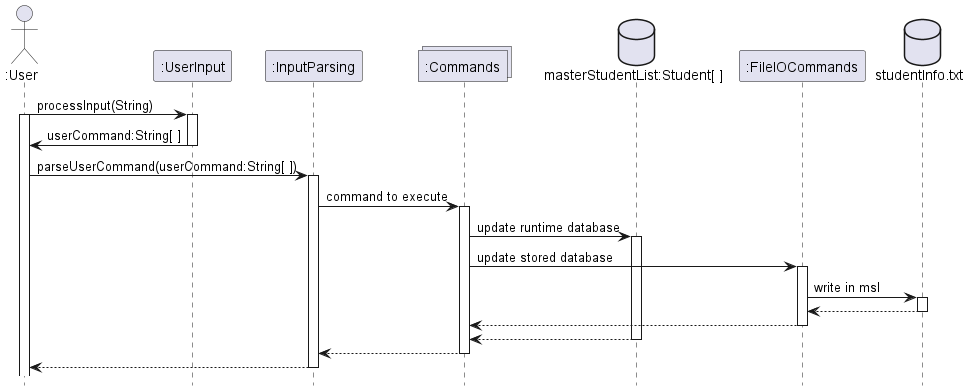
Above: docs/diagrams/src/InputParsing/InputParsingSequenceDiagram.png in blackmirag3/Classify (PlantUML), before the change.
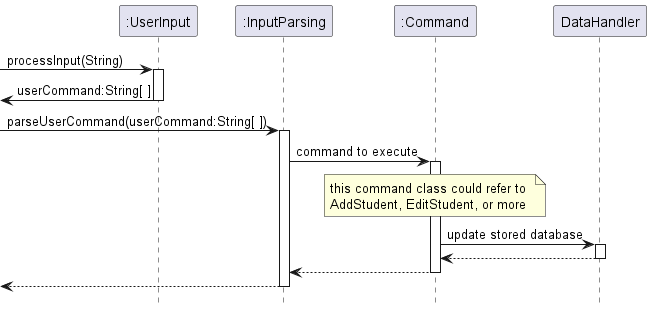
After the commit.

The edit, as a diff of the source:
```diff
@@ -2,40 +2,32 @@
 
 hide footbox
 
-actor ":User" as u
+
 participant ":UserInput" as UI
 participant ":InputParsing" as IP
-collections ":Commands" as commands
-database "masterStudentList:Student[ ]" as msl
-participant ":FileIOCommands" as fioc
-database "studentInfo.txt" as studentInfo
+participant ":Command" as commands
+participant "DataHandler" as fioc
 
-
-u -> UI : processInput(String)
-activate u
+-> UI : processInput(String)
 activate UI
-UI -> u : userCommand:String[ ]
+<- UI  : userCommand:String[ ]
 deactivate UI
 
-u -> IP : parseUserCommand(userCommand:String[ ])
+-> IP : parseUserCommand(userCommand:String[ ])
 activate IP
 IP -> commands : command to execute
 activate commands
-commands -> msl : update runtime database
-activate msl
+note over commands
+    this command class could refer to
+    AddStudent, EditStudent, or more
+end note
 commands -> fioc : update stored database
 activate fioc
-fioc -> studentInfo : write in msl
-activate studentInfo
-studentInfo --> fioc
-deactivate studentInfo
 fioc --> commands
 deactivate fioc
-msl --> commands
-deactivate msl
 commands --> IP
 deactivate commands
-IP --> u
+<-- IP
 deactivate IP
 
 @enduml
```
